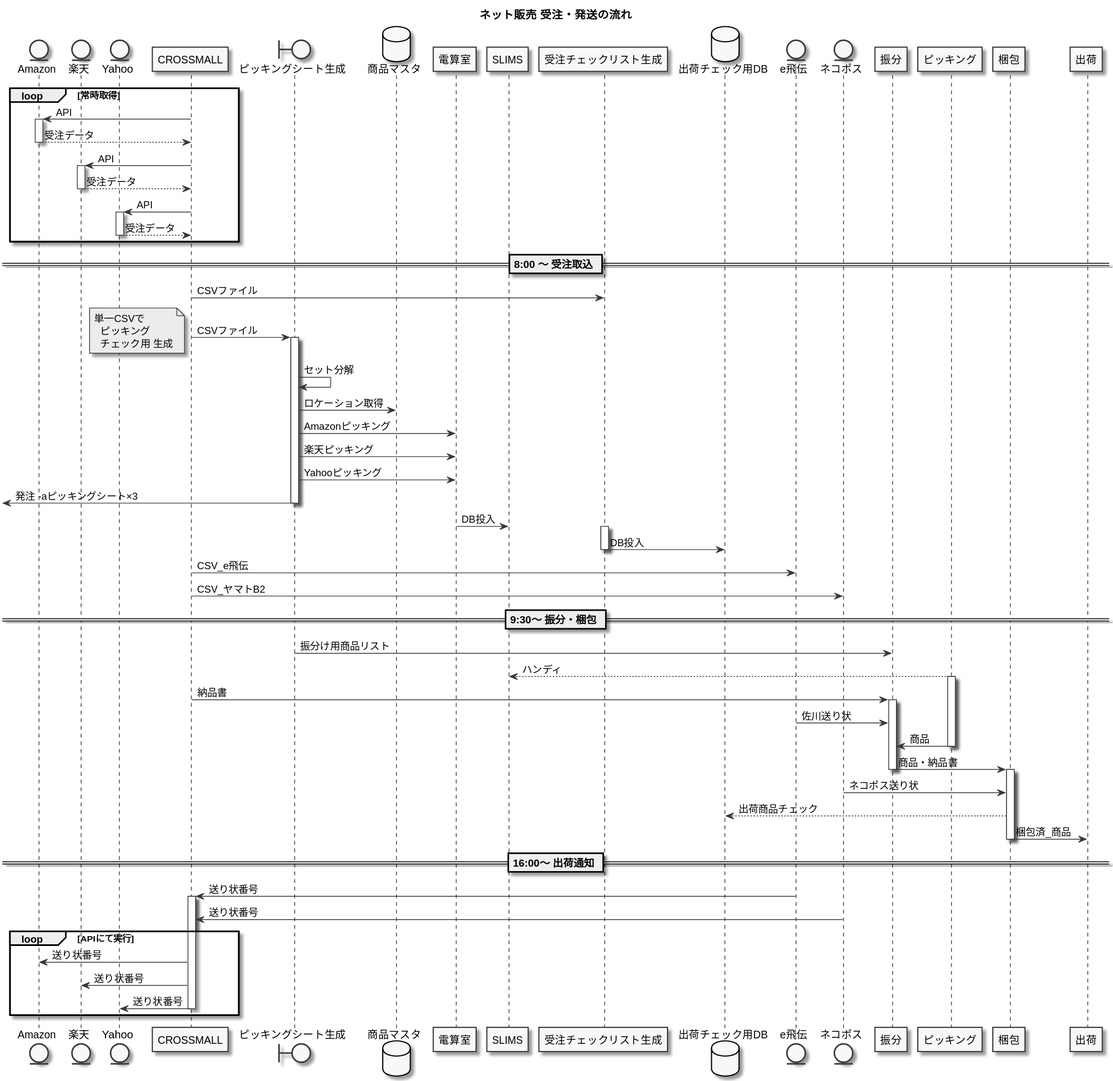
The PlantUML diagram out/recieving_orders_process/recieving_orders_process.svg in amunenaga/ec-backyard-macro, before a commit. Its source is kept beside it as recieving_orders_process.puml. Source of this version:
```plantuml
@startuml recieving_orders_process

skinparam monochrome true

title ネット販売 受注・発送の流れ

entity Amazon
entity 楽天
entity Yahoo

Loop 常時取得

    Amazon <- CROSSMALL :API
    activate Amazon
    Amazon --> CROSSMALL :受注データ
    deactivate Amazon

    楽天 <- CROSSMALL : API
    activate 楽天
    楽天 --> CROSSMALL : 受注データ
    deactivate 楽天

    Yahoo <- CROSSMALL : API
    activate Yahoo
    Yahoo --> CROSSMALL : 受注データ
    deactivate Yahoo
end

deactivate CROSSMALL

== 8:00 ～ 受注取込 ==

Boundary ピッキングシート生成
database 商品マスタ

CROSSMALL -> 受注チェックリスト生成 : CSVファイル

CROSSMALL -> ピッキングシート生成 : CSVファイル

Note Left
単一CSVで
  ピッキング
  チェック用 生成
end note

activate ピッキングシート生成

    ピッキングシート生成 -> ピッキングシート生成 : セット分解

    ピッキングシート生成 -> 商品マスタ : ロケーション取得

    ピッキングシート生成 -> 電算室 : Amazonピッキング
    ピッキングシート生成 -> 電算室 : 楽天ピッキング
    ピッキングシート生成 -> 電算室 : Yahooピッキング

[<- ピッキングシート生成 : 発注 -aピッキングシート×3

deactivate ピッキングシート生成

電算室 -> SLIMS : DB投入

Boundary 受注チェックリスト生成

activate 受注チェックリスト生成

    database 出荷チェック用DB
    受注チェックリスト生成 -> 出荷チェック用DB :DB投入

deactivate 受注チェックリスト生成

entity e飛伝
entity ネコポス

CROSSMALL -> e飛伝 :CSV_e飛伝
CROSSMALL -> ネコポス :CSV_ヤマトB2

== 9:30～ 振分・梱包 ==

ピッキングシート生成 -> 振分 : 振分け用商品リスト

SLIMS <-- ピッキング : ハンディ

activate ピッキング

    CROSSMALL -> 振分 : 納品書

    activate 振分
    e飛伝 -> 振分 : 佐川送り状
    ピッキング -> 振分 : 商品

deactivate ピッキング

    振分 -> 梱包 : 商品・納品書

    deactivate 振分

activate 梱包

    ネコポス -> 梱包 : ネコポス送り状

    出荷チェック用DB <-- 梱包 : 出荷商品チェック

    梱包 -> 出荷 : 梱包済_商品

deactivate 梱包

== 16:00～ 出荷通知 ==

e飛伝 -> CROSSMALL : 送り状番号
activate CROSSMALL
ネコポス -> CROSSMALL : 送り状番号

Loop APIにて実行
    CROSSMALL -> Amazon : 送り状番号
    CROSSMALL -> 楽天 : 送り状番号
    CROSSMALL -> Yahoo : 送り状番号
    deactivate CROSSMALL
end

@enduml
```
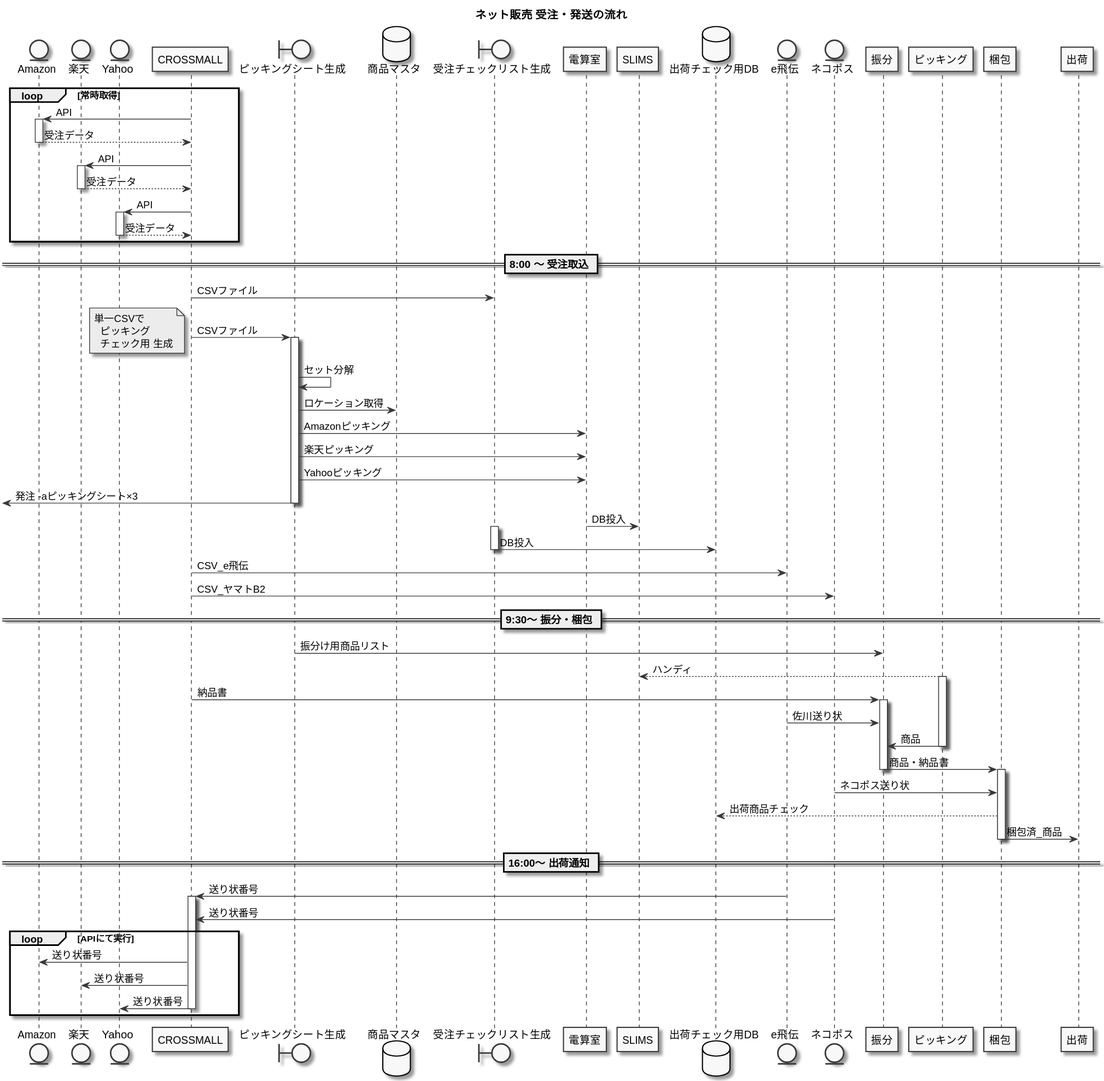
The same diagram one commit later.

Diff of the diagram source:
```diff
@@ -33,6 +33,7 @@
 Boundary ピッキングシート生成
 database 商品マスタ
 
+Boundary 受注チェックリスト生成
 CROSSMALL -> 受注チェックリスト生成 : CSVファイル
 
 CROSSMALL -> ピッキングシート生成 : CSVファイル
@@ -58,8 +59,6 @@
 deactivate ピッキングシート生成
 
 電算室 -> SLIMS : DB投入
-
-Boundary 受注チェックリスト生成
 
 activate 受注チェックリスト生成
 
```
